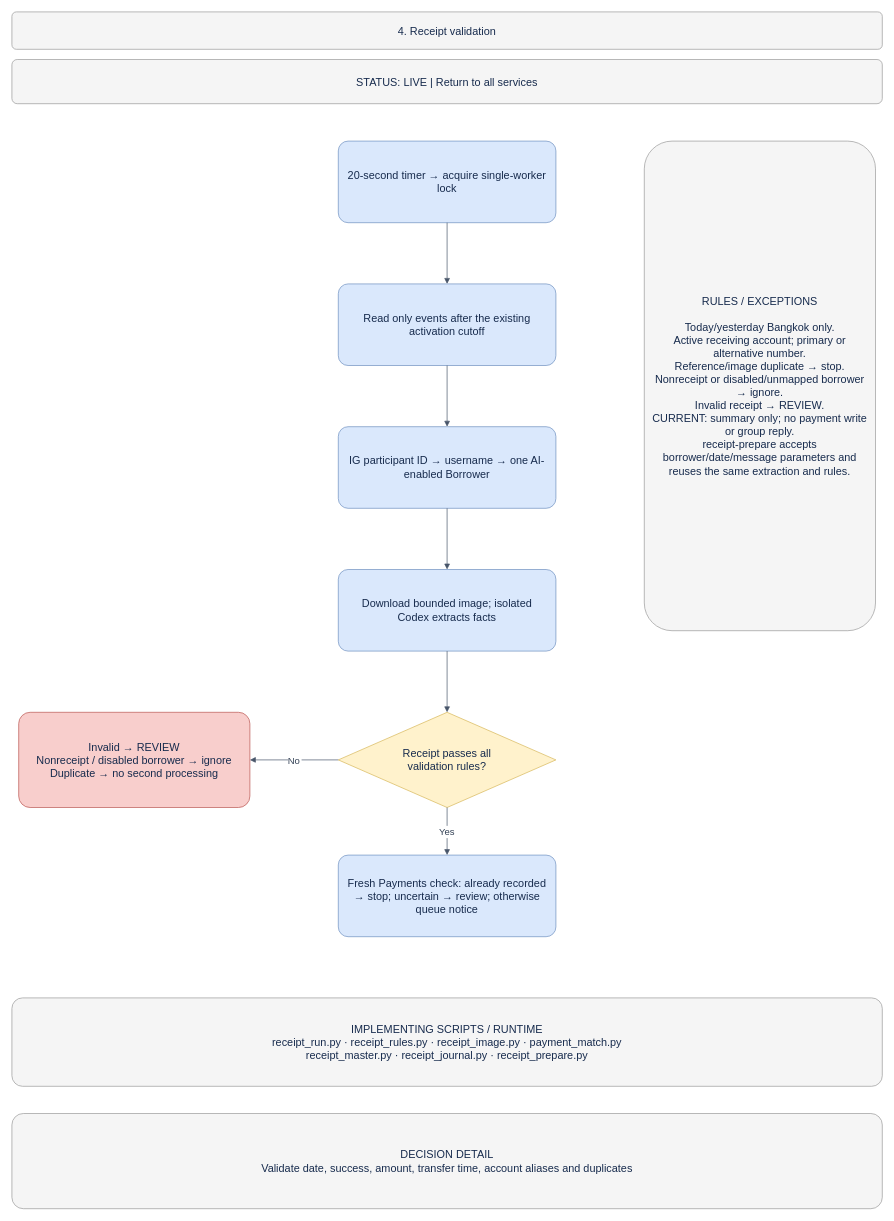
The draw.io diagram page "04 · Receipt validation" (4 of 17) of docs/BUSINESS_PROCESS.drawio in welct0407/MW-Credit-App, before the edit. Source tidied: cells renumbered, new cells numbered last; positions are measured from the earlier drawing's top-left corner, leaving out a move shared by most shapes. Both pictures are drawn from the tidied source at 68%, with x=0, y=0 at pixel (12, 12).
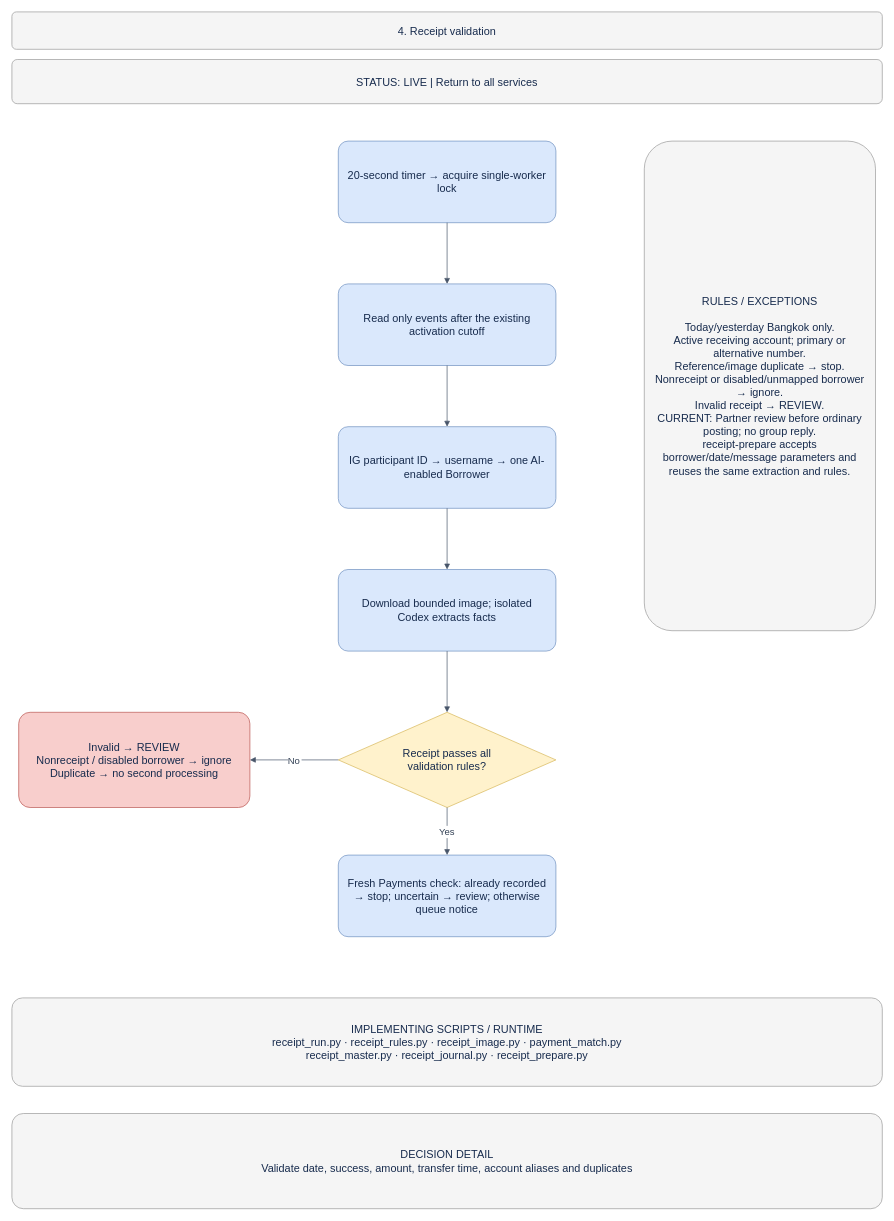
After the change.

What changed in the source:
```diff
@@
 <mxGraphModel>
   <root>
     <mxCell id="0" />
     <mxCell id="1" parent="0" />
     <mxCell id="2" value="4. Receipt validation" style="rounded=1;arcSize=12;whiteSpace=wrap;html=0;fillColor=#f5f5f5;strokeColor=#999999;fontColor=#172b4d;fontSize=16;align=center;verticalAlign=middle;spacing=12;" parent="1" vertex="1">
       <mxGeometry width="1280" height="55" as="geometry" />
     </mxCell>
     <mxCell id="3" value="STATUS: LIVE  |  Return to all services" style="rounded=1;arcSize=12;whiteSpace=wrap;html=0;fillColor=#f5f5f5;strokeColor=#999999;fontColor=#172b4d;fontSize=16;align=center;verticalAlign=middle;spacing=12;" parent="1" vertex="1">
       <mxGeometry y="70" width="1280" height="65" as="geometry" />
     </mxCell>
     <mxCell id="4" value="20-second timer → acquire single-worker lock" style="rounded=1;arcSize=12;whiteSpace=wrap;html=0;fillColor=#dae8fc;strokeColor=#6c8ebf;fontColor=#172b4d;fontSize=16;align=center;verticalAlign=middle;spacing=12;" parent="1" vertex="1">
       <mxGeometry x="480" y="190" width="320" height="120" as="geometry" />
     </mxCell>
     <mxCell id="5" value="Read only events after the existing activation cutoff" style="rounded=1;arcSize=12;whiteSpace=wrap;html=0;fillColor=#dae8fc;strokeColor=#6c8ebf;fontColor=#172b4d;fontSize=16;align=center;verticalAlign=middle;spacing=12;" parent="1" vertex="1">
       <mxGeometry x="480" y="400" width="320" height="120" as="geometry" />
     </mxCell>
     <mxCell id="6" style="edgeStyle=orthogonalEdgeStyle;rounded=0;jettySize=auto;html=0;endArrow=block;endFill=1;strokeColor=#475569;fontColor=#334155;fontSize=14;labelBackgroundColor=#ffffff;" parent="1" edge="1" source="4" target="5">
       <mxGeometry relative="1" as="geometry" />
     </mxCell>
     <mxCell id="7" value="IG participant ID → username → one AI-enabled Borrower" style="rounded=1;arcSize=12;whiteSpace=wrap;html=0;fillColor=#dae8fc;strokeColor=#6c8ebf;fontColor=#172b4d;fontSize=16;align=center;verticalAlign=middle;spacing=12;" parent="1" vertex="1">
       <mxGeometry x="480" y="610" width="320" height="120" as="geometry" />
     </mxCell>
     <mxCell id="8" style="edgeStyle=orthogonalEdgeStyle;rounded=0;jettySize=auto;html=0;endArrow=block;endFill=1;strokeColor=#475569;fontColor=#334155;fontSize=14;labelBackgroundColor=#ffffff;" parent="1" edge="1" source="5" target="7">
       <mxGeometry relative="1" as="geometry" />
     </mxCell>
     <mxCell id="9" value="Download bounded image; isolated Codex extracts facts" style="rounded=1;arcSize=12;whiteSpace=wrap;html=0;fillColor=#dae8fc;strokeColor=#6c8ebf;fontColor=#172b4d;fontSize=16;align=center;verticalAlign=middle;spacing=12;" parent="1" vertex="1">
       <mxGeometry x="480" y="820" width="320" height="120" as="geometry" />
     </mxCell>
     <mxCell id="10" style="edgeStyle=orthogonalEdgeStyle;rounded=0;jettySize=auto;html=0;endArrow=block;endFill=1;strokeColor=#475569;fontColor=#334155;fontSize=14;labelBackgroundColor=#ffffff;" parent="1" edge="1" source="7" target="9">
       <mxGeometry relative="1" as="geometry" />
     </mxCell>
     <mxCell id="11" value="Receipt passes all&#10;validation rules?" style="rhombus;whiteSpace=wrap;html=0;fillColor=#fff2cc;strokeColor=#d6b656;fontColor=#172b4d;fontSize=16;align=center;verticalAlign=middle;spacing=12;" parent="1" vertex="1">
       <mxGeometry x="480" y="1030" width="320" height="140" as="geometry" />
     </mxCell>
     <mxCell id="12" style="edgeStyle=orthogonalEdgeStyle;rounded=0;jettySize=auto;html=0;endArrow=block;endFill=1;strokeColor=#475569;fontColor=#334155;fontSize=14;labelBackgroundColor=#ffffff;" parent="1" edge="1" source="9" target="11">
       <mxGeometry relative="1" as="geometry" />
     </mxCell>
     <mxCell id="13" value="Fresh Payments check: already recorded → stop; uncertain → review; otherwise queue notice" style="rounded=1;arcSize=12;whiteSpace=wrap;html=0;fillColor=#dae8fc;strokeColor=#6c8ebf;fontColor=#172b4d;fontSize=16;align=center;verticalAlign=middle;spacing=12;" parent="1" vertex="1">
       <mxGeometry x="480" y="1240" width="320" height="120" as="geometry" />
     </mxCell>
     <mxCell id="14" value="Yes" style="edgeStyle=orthogonalEdgeStyle;rounded=0;jettySize=auto;html=0;endArrow=block;endFill=1;strokeColor=#475569;fontColor=#334155;fontSize=14;labelBackgroundColor=#ffffff;" parent="1" edge="1" source="11" target="13">
       <mxGeometry relative="1" as="geometry" />
     </mxCell>
     <mxCell id="15" value="Invalid → REVIEW&#10;Nonreceipt / disabled borrower → ignore&#10;Duplicate → no second processing" style="rounded=1;arcSize=12;whiteSpace=wrap;html=0;fillColor=#f8cecc;strokeColor=#b85450;fontColor=#172b4d;fontSize=16;align=center;verticalAlign=middle;spacing=12;" parent="1" vertex="1">
       <mxGeometry x="10" y="1030" width="340" height="140" as="geometry" />
     </mxCell>
     <mxCell id="16" value="No" style="edgeStyle=orthogonalEdgeStyle;rounded=0;jettySize=auto;html=0;endArrow=block;endFill=1;strokeColor=#475569;fontColor=#334155;fontSize=14;labelBackgroundColor=#ffffff;" parent="1" edge="1" source="11" target="15">
       <mxGeometry relative="1" as="geometry" />
     </mxCell>
-    <mxCell id="17" value="RULES / EXCEPTIONS&#10;&#10;Today/yesterday Bangkok only.&#10;Active receiving account; primary or alternative number.&#10;Reference/image duplicate → stop.&#10;Nonreceipt or disabled/unmapped borrower → ignore.&#10;Invalid receipt → REVIEW.&#10;CURRENT: summary only; no payment write or group reply.&#10;receipt-prepare accepts borrower/date/message parameters and reuses the same extraction and rules." style="rounded=1;arcSize=12;whiteSpace=wrap;html=0;fillColor=#f5f5f5;strokeColor=#999999;fontColor=#172b4d;fontSize=16;align=center;verticalAlign=middle;spacing=12;" parent="1" vertex="1">
+    <mxCell id="17" value="RULES / EXCEPTIONS&#10;&#10;Today/yesterday Bangkok only.&#10;Active receiving account; primary or alternative number.&#10;Reference/image duplicate → stop.&#10;Nonreceipt or disabled/unmapped borrower → ignore.&#10;Invalid receipt → REVIEW.&#10;CURRENT: Partner review before ordinary posting; no group reply.&#10;receipt-prepare accepts borrower/date/message parameters and reuses the same extraction and rules." style="rounded=1;arcSize=12;whiteSpace=wrap;html=0;fillColor=#f5f5f5;strokeColor=#999999;fontColor=#172b4d;fontSize=16;align=center;verticalAlign=middle;spacing=12;" parent="1" vertex="1">
       <mxGeometry x="930" y="190" width="340" height="720" as="geometry" />
     </mxCell>
     <mxCell id="18" value="IMPLEMENTING SCRIPTS / RUNTIME&#10;receipt_run.py · receipt_rules.py · receipt_image.py · payment_match.py&#10;receipt_master.py · receipt_journal.py · receipt_prepare.py" style="rounded=1;arcSize=12;whiteSpace=wrap;html=0;fillColor=#f5f5f5;strokeColor=#999999;fontColor=#172b4d;fontSize=16;align=center;verticalAlign=middle;spacing=12;" parent="1" vertex="1">
       <mxGeometry y="1450" width="1280" height="130" as="geometry" />
     </mxCell>
     <mxCell id="19" value="DECISION DETAIL&#10;Validate date, success, amount, transfer time, account aliases and duplicates" style="rounded=1;arcSize=12;whiteSpace=wrap;html=0;fillColor=#f5f5f5;strokeColor=#999999;fontColor=#172b4d;fontSize=16;align=center;verticalAlign=middle;spacing=12;" parent="1" vertex="1">
       <mxGeometry y="1620" width="1280" height="140" as="geometry" />
     </mxCell>
   </root>
 </mxGraphModel>
```
